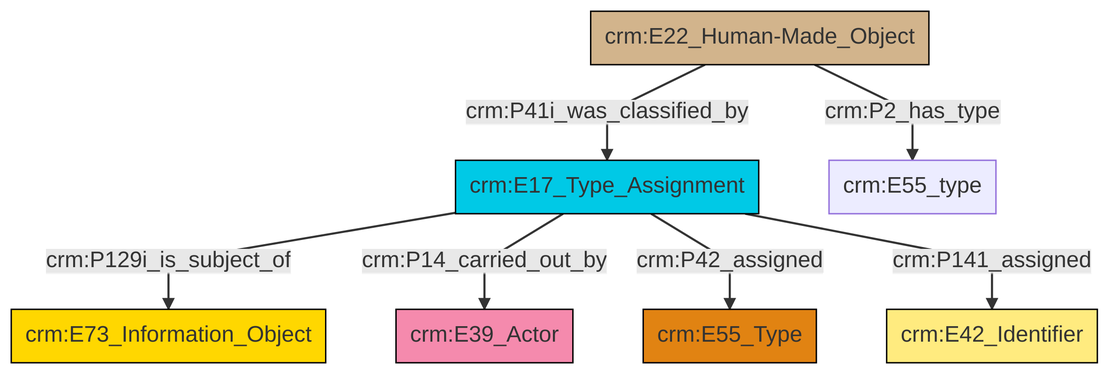
This is et/builtWorkCSV/ttl/mmd/png/Built_Work_designation_status.png from swiss-art-research-net/reference-data-models, a Mermaid export, as it was before one commit. Its source is kept beside it as et/builtWorkCSV/ttl/mmd/Built_Work_designation_status.ttl.mmd. Its diagram source:
```mermaid
graph TD
classDef Literal fill:#f2f2f2,stroke:#000000;
classDef CRM_Entity fill:#FFFFFF,stroke:#000000;
classDef Temporal_Entity fill:#00C9E6, stroke:#000000;
classDef Type fill:#E18312, stroke:#000000;
classDef Time-Span fill:#2C9C91, stroke:#000000;
classDef Appellation fill:#FFEB7F, stroke:#000000;
classDef Place fill:#008836, stroke:#000000;
classDef Persistent_Item fill:#B266B2, stroke:#000000;
classDef Conceptual_Object fill:#FFD700, stroke:#000000;
classDef Physical_Thing fill:#D2B48C, stroke:#000000;
classDef Actor fill:#f58aad, stroke:#000000;
classDef PC_Classes fill:#4ce600, stroke:#000000;
classDef Multi fill:#cccccc,stroke:#000000;

4["crm:E17_Type_Assignment"]:::Temporal_Entity -->|crm:P129i_is_subject_of| 6["crm:E73_Information_Object"]:::Conceptual_Object
4["crm:E17_Type_Assignment"]:::Temporal_Entity -->|crm:P14_carried_out_by| 0["crm:E39_Actor"]:::Actor
4["crm:E17_Type_Assignment"]:::Temporal_Entity -->|crm:P42_assigned| 9["crm:E55_Type"]:::Type
2["crm:E22_Human-Made_Object"]:::Physical_Thing -->|crm:P41i_was_classified_by| 4["crm:E17_Type_Assignment"]:::Temporal_Entity
4["crm:E17_Type_Assignment"]:::Temporal_Entity -->|crm:P141_assigned| 7["crm:E42_Identifier"]:::Appellation
2["crm:E22_Human-Made_Object"]:::Physical_Thing -->|crm:P2_has_type| 11["crm:E55_type"]:::Default
```
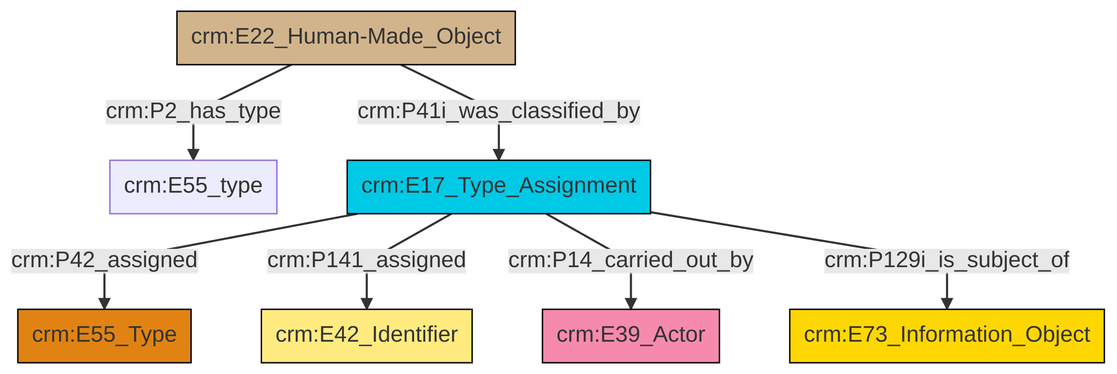
After the change.

The edit, as a diff of the source:
```diff
@@ -13,9 +13,9 @@
 classDef PC_Classes fill:#4ce600, stroke:#000000;
 classDef Multi fill:#cccccc,stroke:#000000;
 
-4["crm:E17_Type_Assignment"]:::Temporal_Entity -->|crm:P129i_is_subject_of| 6["crm:E73_Information_Object"]:::Conceptual_Object
-4["crm:E17_Type_Assignment"]:::Temporal_Entity -->|crm:P14_carried_out_by| 0["crm:E39_Actor"]:::Actor
-4["crm:E17_Type_Assignment"]:::Temporal_Entity -->|crm:P42_assigned| 9["crm:E55_Type"]:::Type
-2["crm:E22_Human-Made_Object"]:::Physical_Thing -->|crm:P41i_was_classified_by| 4["crm:E17_Type_Assignment"]:::Temporal_Entity
-4["crm:E17_Type_Assignment"]:::Temporal_Entity -->|crm:P141_assigned| 7["crm:E42_Identifier"]:::Appellation
-2["crm:E22_Human-Made_Object"]:::Physical_Thing -->|crm:P2_has_type| 11["crm:E55_type"]:::Default
+2["crm:E17_Type_Assignment"]:::Temporal_Entity -->|crm:P42_assigned| 3["crm:E55_Type"]:::Type
+2["crm:E17_Type_Assignment"]:::Temporal_Entity -->|crm:P141_assigned| 5["crm:E42_Identifier"]:::Appellation
+2["crm:E17_Type_Assignment"]:::Temporal_Entity -->|crm:P14_carried_out_by| 7["crm:E39_Actor"]:::Actor
+10["crm:E22_Human-Made_Object"]:::Physical_Thing -->|crm:P2_has_type| 0["crm:E55_type"]:::Default
+2["crm:E17_Type_Assignment"]:::Temporal_Entity -->|crm:P129i_is_subject_of| 11["crm:E73_Information_Object"]:::Conceptual_Object
+10["crm:E22_Human-Made_Object"]:::Physical_Thing -->|crm:P41i_was_classified_by| 2["crm:E17_Type_Assignment"]:::Temporal_Entity
```
